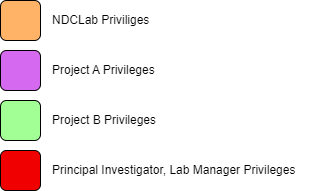
NDCLab/wiki keeps this draw.io diagram as docs/_assets/hpc/Privileges_legend_transparent.drawio.png. Above is the earlier version. Source tidied: cells renumbered, new cells last; positions are measured from the earlier drawing's top-left corner, leaving out a move shared by most shapes.
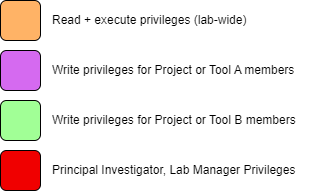
Above is the later version.

What changed in the source:
```diff
@@ -14,14 +14,14 @@
     <mxCell id="5" style="rounded=1;whiteSpace=wrap;html=1;fillColor=#F00000;" parent="1" vertex="1">
       <mxGeometry y="150" width="40" height="40" as="geometry" />
     </mxCell>
-    <mxCell id="6" value="NDCLab Priviliges" style="text;html=1;align=left;verticalAlign=middle;strokeColor=none;fillColor=none;" parent="1" vertex="1">
-      <mxGeometry x="50" y="5" width="120" height="30" as="geometry" />
+    <mxCell id="6" value="Read + execute privileges (lab-wide)" style="text;html=1;align=left;verticalAlign=middle;strokeColor=none;fillColor=none;" parent="1" vertex="1">
+      <mxGeometry x="50" y="5" width="220" height="30" as="geometry" />
     </mxCell>
-    <mxCell id="7" value="Project A Privileges" style="text;html=1;align=left;verticalAlign=middle;strokeColor=none;fillColor=none;" parent="1" vertex="1">
-      <mxGeometry x="50" y="55" width="130" height="30" as="geometry" />
+    <mxCell id="7" value="Write privileges for Project or Tool A members" style="text;html=1;align=left;verticalAlign=middle;strokeColor=none;fillColor=none;" parent="1" vertex="1">
+      <mxGeometry x="50" y="55" width="270" height="30" as="geometry" />
     </mxCell>
-    <mxCell id="8" value="Project B Privileges" style="text;html=1;align=left;verticalAlign=middle;strokeColor=none;fillColor=none;" parent="1" vertex="1">
-      <mxGeometry x="50" y="105" width="130" height="30" as="geometry" />
+    <mxCell id="8" value="Write privileges for Project or Tool B members" style="text;html=1;align=left;verticalAlign=middle;strokeColor=none;fillColor=none;" parent="1" vertex="1">
+      <mxGeometry x="50" y="105" width="270" height="30" as="geometry" />
     </mxCell>
     <mxCell id="9" value="Principal Investigator, Lab Manager Privileges" style="text;html=1;align=left;verticalAlign=middle;strokeColor=none;fillColor=none;" parent="1" vertex="1">
       <mxGeometry x="50" y="155" width="270" height="30" as="geometry" />
```
